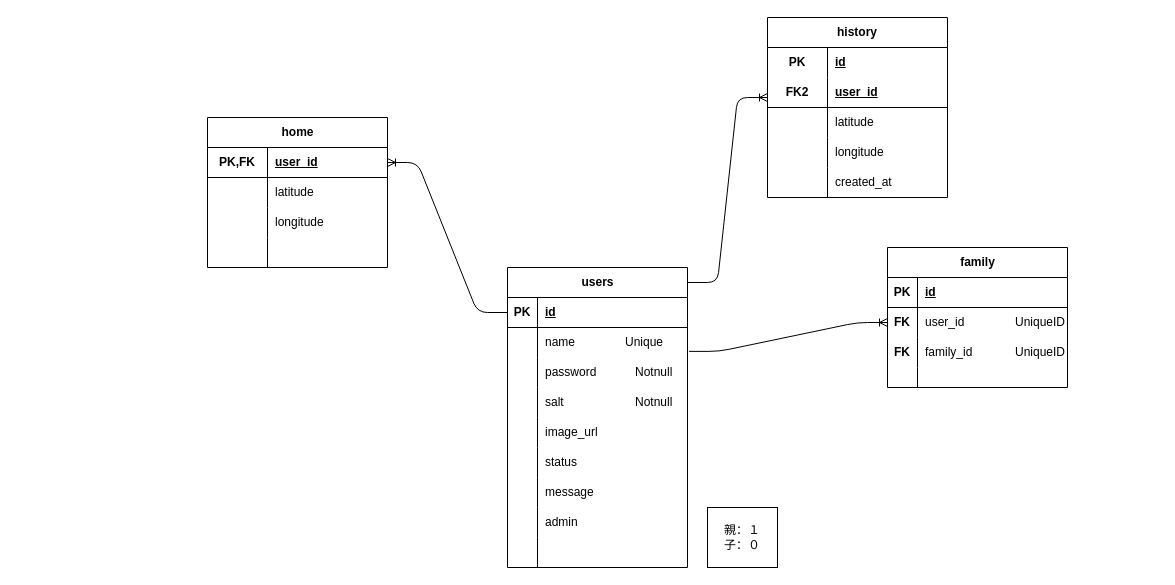
Before: ER.drawio in TeamNavvy/Navvy, a draw.io diagram. Source tidied: cells renumbered, new cells numbered last; positions are measured from the earlier drawing's top-left corner, leaving out a move shared by most shapes. Both pictures are drawn from the tidied source at 100%, with x=0, y=0 at pixel (207, 17).
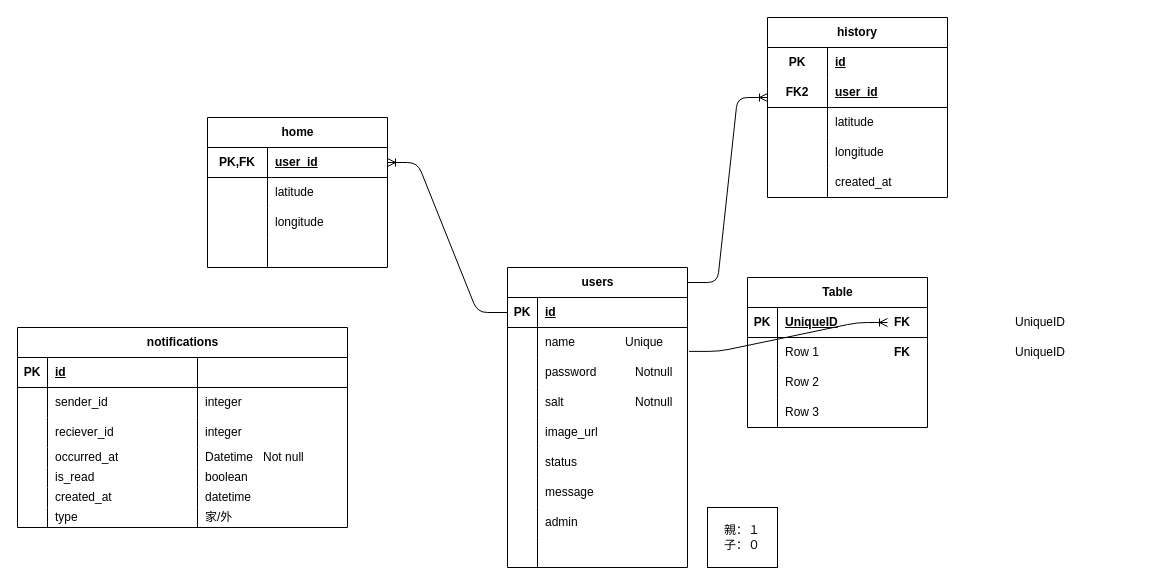
The same page after the edit.

Commit message (it also covers changes not shown here):
add: notificationsテーブルの追加

The edit, as a diff of the source:
```diff
@@
-    <mxCell id="46" value="family" style="shape=table;startSize=30;childLayout=tableLayout;rowLines=0;fontStyle=1;align=center;html=1;" parent="1" vertex="1">
-      <mxGeometry x="680" y="230" width="180" height="140" as="geometry" />
+    <mxCell id="46" value="notifications" style="shape=table;startSize=30;childLayout=tableLayout;rowLines=0;fontStyle=1;align=center;html=1;" parent="1" vertex="1">
+      <mxGeometry x="-190" y="310" width="330" height="200" as="geometry" />
     </mxCell>
     <mxCell id="47" style="shape=tableRow;horizontal=0;startSize=0;swimlaneHead=0;swimlaneBody=0;fillColor=none;top=0;left=0;right=0;bottom=1;" parent="46" vertex="1">
-      <mxGeometry y="30" width="180" height="30" as="geometry" />
+      <mxGeometry y="30" width="330" height="30" as="geometry" />
     </mxCell>
@@
+    <mxCell id="92" style="shape=partialRectangle;fillColor=none;top=0;left=0;bottom=0;right=0;align=left;spacingLeft=6;fontStyle=5;overflow=hidden;whiteSpace=wrap;html=1;" parent="47" vertex="1">
+      <mxGeometry x="180" width="150" height="30" as="geometry" />
+    </mxCell>
     <mxCell id="50" style="shape=tableRow;horizontal=0;startSize=0;swimlaneHead=0;swimlaneBody=0;fillColor=none;top=0;left=0;right=0;bottom=0;" parent="46" vertex="1">
-      <mxGeometry y="60" width="180" height="30" as="geometry" />
+      <mxGeometry y="60" width="330" height="30" as="geometry" />
     </mxCell>
@@
-    <mxCell id="52" value="user_id" style="shape=partialRectangle;fillColor=none;top=0;left=0;bottom=0;right=0;align=left;spacingLeft=6;overflow=hidden;whiteSpace=wrap;html=1;" parent="50" vertex="1">
+    <mxCell id="52" value="sender_id" style="shape=partialRectangle;fillColor=none;top=0;left=0;bottom=0;right=0;align=left;spacingLeft=6;overflow=hidden;whiteSpace=wrap;html=1;" parent="50" vertex="1">
       <mxGeometry x="30" width="150" height="30" as="geometry" />
     </mxCell>
+    <mxCell id="93" value="integer" style="shape=partialRectangle;fillColor=none;top=0;left=0;bottom=0;right=0;align=left;spacingLeft=6;overflow=hidden;whiteSpace=wrap;html=1;" parent="50" vertex="1">
+      <mxGeometry x="180" width="150" height="30" as="geometry" />
+    </mxCell>
     <mxCell id="53" style="shape=tableRow;horizontal=0;startSize=0;swimlaneHead=0;swimlaneBody=0;fillColor=none;top=0;left=0;right=0;bottom=0;" parent="46" vertex="1">
-      <mxGeometry y="90" width="180" height="30" as="geometry" />
+      <mxGeometry y="90" width="330" height="30" as="geometry" />
     </mxCell>
@@
-    <mxCell id="55" value="family_id" style="shape=partialRectangle;fillColor=none;top=0;left=0;bottom=0;right=0;align=left;spacingLeft=6;overflow=hidden;whiteSpace=wrap;html=1;" parent="53" vertex="1">
+    <mxCell id="55" value="reciever_id" style="shape=partialRectangle;fillColor=none;top=0;left=0;bottom=0;right=0;align=left;spacingLeft=6;overflow=hidden;whiteSpace=wrap;html=1;" parent="53" vertex="1">
       <mxGeometry x="30" width="150" height="30" as="geometry" />
     </mxCell>
+    <mxCell id="94" value="integer" style="shape=partialRectangle;fillColor=none;top=0;left=0;bottom=0;right=0;align=left;spacingLeft=6;overflow=hidden;whiteSpace=wrap;html=1;" parent="53" vertex="1">
+      <mxGeometry x="180" width="150" height="30" as="geometry" />
+    </mxCell>
     <mxCell id="56" style="shape=tableRow;horizontal=0;startSize=0;swimlaneHead=0;swimlaneBody=0;fillColor=none;top=0;left=0;right=0;bottom=0;" parent="46" vertex="1">
-      <mxGeometry y="120" width="180" height="20" as="geometry" />
+      <mxGeometry y="120" width="330" height="20" as="geometry" />
     </mxCell>
@@
-    <mxCell id="58" style="shape=partialRectangle;fillColor=none;top=0;left=0;bottom=0;right=0;align=left;spacingLeft=6;overflow=hidden;whiteSpace=wrap;html=1;" parent="56" vertex="1">
+    <mxCell id="58" value="occurred_at" style="shape=partialRectangle;fillColor=none;top=0;left=0;bottom=0;right=0;align=left;spacingLeft=6;overflow=hidden;whiteSpace=wrap;html=1;" parent="56" vertex="1">
       <mxGeometry x="30" width="150" height="20" as="geometry" />
     </mxCell>
+    <mxCell id="95" value="Datetime&amp;nbsp; &amp;nbsp;Not null" style="shape=partialRectangle;fillColor=none;top=0;left=0;bottom=0;right=0;align=left;spacingLeft=6;overflow=hidden;whiteSpace=wrap;html=1;" parent="56" vertex="1">
+      <mxGeometry x="180" width="150" height="20" as="geometry" />
+    </mxCell>
+    <mxCell id="96" style="shape=tableRow;horizontal=0;startSize=0;swimlaneHead=0;swimlaneBody=0;fillColor=none;top=0;left=0;right=0;bottom=0;" parent="46" vertex="1">
+      <mxGeometry y="140" width="330" height="20" as="geometry" />
+    </mxCell>
+    <mxCell id="97" style="shape=partialRectangle;fillColor=none;top=0;left=0;bottom=0;right=0;overflow=hidden;whiteSpace=wrap;html=1;" parent="96" vertex="1">
+      <mxGeometry width="30" height="20" as="geometry" />
+    </mxCell>
+    <mxCell id="98" value="is_read" style="shape=partialRectangle;fillColor=none;top=0;left=0;bottom=0;right=0;align=left;spacingLeft=6;overflow=hidden;whiteSpace=wrap;html=1;" parent="96" vertex="1">
+      <mxGeometry x="30" width="150" height="20" as="geometry" />
+    </mxCell>
+    <mxCell id="99" value="boolean" style="shape=partialRectangle;fillColor=none;top=0;left=0;bottom=0;right=0;align=left;spacingLeft=6;overflow=hidden;whiteSpace=wrap;html=1;" parent="96" vertex="1">
+      <mxGeometry x="180" width="150" height="20" as="geometry" />
+    </mxCell>
+    <mxCell id="100" style="shape=tableRow;horizontal=0;startSize=0;swimlaneHead=0;swimlaneBody=0;fillColor=none;top=0;left=0;right=0;bottom=0;" parent="46" vertex="1">
+      <mxGeometry y="160" width="330" height="20" as="geometry" />
+    </mxCell>
+    <mxCell id="101" style="shape=partialRectangle;fillColor=none;top=0;left=0;bottom=0;right=0;overflow=hidden;whiteSpace=wrap;html=1;" parent="100" vertex="1">
+      <mxGeometry width="30" height="20" as="geometry" />
+    </mxCell>
+    <mxCell id="102" value="created_at" style="shape=partialRectangle;fillColor=none;top=0;left=0;bottom=0;right=0;align=left;spacingLeft=6;overflow=hidden;whiteSpace=wrap;html=1;" parent="100" vertex="1">
+      <mxGeometry x="30" width="150" height="20" as="geometry" />
+    </mxCell>
+    <mxCell id="103" value="datetime" style="shape=partialRectangle;fillColor=none;top=0;left=0;bottom=0;right=0;align=left;spacingLeft=6;overflow=hidden;whiteSpace=wrap;html=1;" parent="100" vertex="1">
+      <mxGeometry x="180" width="150" height="20" as="geometry" />
+    </mxCell>
+    <mxCell id="104" style="shape=tableRow;horizontal=0;startSize=0;swimlaneHead=0;swimlaneBody=0;fillColor=none;top=0;left=0;right=0;bottom=0;" parent="46" vertex="1">
+      <mxGeometry y="180" width="330" height="20" as="geometry" />
+    </mxCell>
+    <mxCell id="105" style="shape=partialRectangle;fillColor=none;top=0;left=0;bottom=0;right=0;overflow=hidden;whiteSpace=wrap;html=1;" parent="104" vertex="1">
+      <mxGeometry width="30" height="20" as="geometry" />
+    </mxCell>
+    <mxCell id="106" value="type" style="shape=partialRectangle;fillColor=none;top=0;left=0;bottom=0;right=0;align=left;spacingLeft=6;overflow=hidden;whiteSpace=wrap;html=1;" parent="104" vertex="1">
+      <mxGeometry x="30" width="150" height="20" as="geometry" />
+    </mxCell>
+    <mxCell id="107" value="家/外" style="shape=partialRectangle;fillColor=none;top=0;left=0;bottom=0;right=0;align=left;spacingLeft=6;overflow=hidden;whiteSpace=wrap;html=1;" parent="104" vertex="1">
+      <mxGeometry x="180" width="150" height="20" as="geometry" />
+    </mxCell>
@@
+    <mxCell id="108" value="Table" style="shape=table;startSize=30;childLayout=tableLayout;rowLines=0;fontStyle=1;align=center;html=1;" parent="1" vertex="1">
+      <mxGeometry x="540" y="260" width="180" height="150" as="geometry" />
+    </mxCell>
+    <mxCell id="109" style="shape=tableRow;horizontal=0;startSize=0;swimlaneHead=0;swimlaneBody=0;fillColor=none;top=0;left=0;right=0;bottom=1;" parent="108" vertex="1">
+      <mxGeometry y="30" width="180" height="30" as="geometry" />
+    </mxCell>
+    <mxCell id="110" value="PK" style="shape=partialRectangle;fillColor=none;top=0;left=0;bottom=0;right=0;fontStyle=1;overflow=hidden;whiteSpace=wrap;html=1;" parent="109" vertex="1">
+      <mxGeometry width="30" height="30" as="geometry" />
+    </mxCell>
+    <mxCell id="111" value="UniqueID" style="shape=partialRectangle;fillColor=none;top=0;left=0;bottom=0;right=0;align=left;spacingLeft=6;fontStyle=5;overflow=hidden;whiteSpace=wrap;html=1;" parent="109" vertex="1">
+      <mxGeometry x="30" width="150" height="30" as="geometry" />
+    </mxCell>
+    <mxCell id="112" style="shape=tableRow;horizontal=0;startSize=0;swimlaneHead=0;swimlaneBody=0;fillColor=none;top=0;left=0;right=0;bottom=0;" parent="108" vertex="1">
+      <mxGeometry y="60" width="180" height="30" as="geometry" />
+    </mxCell>
+    <mxCell id="113" style="shape=partialRectangle;fillColor=none;top=0;left=0;bottom=0;right=0;overflow=hidden;whiteSpace=wrap;html=1;" parent="112" vertex="1">
+      <mxGeometry width="30" height="30" as="geometry" />
+    </mxCell>
+    <mxCell id="114" value="Row 1" style="shape=partialRectangle;fillColor=none;top=0;left=0;bottom=0;right=0;align=left;spacingLeft=6;overflow=hidden;whiteSpace=wrap;html=1;" parent="112" vertex="1">
+      <mxGeometry x="30" width="150" height="30" as="geometry" />
+    </mxCell>
+    <mxCell id="115" style="shape=tableRow;horizontal=0;startSize=0;swimlaneHead=0;swimlaneBody=0;fillColor=none;top=0;left=0;right=0;bottom=0;" parent="108" vertex="1">
+      <mxGeometry y="90" width="180" height="30" as="geometry" />
+    </mxCell>
+    <mxCell id="116" style="shape=partialRectangle;fillColor=none;top=0;left=0;bottom=0;right=0;overflow=hidden;whiteSpace=wrap;html=1;" parent="115" vertex="1">
+      <mxGeometry width="30" height="30" as="geometry" />
+    </mxCell>
+    <mxCell id="117" value="Row 2" style="shape=partialRectangle;fillColor=none;top=0;left=0;bottom=0;right=0;align=left;spacingLeft=6;overflow=hidden;whiteSpace=wrap;html=1;" parent="115" vertex="1">
+      <mxGeometry x="30" width="150" height="30" as="geometry" />
+    </mxCell>
+    <mxCell id="118" style="shape=tableRow;horizontal=0;startSize=0;swimlaneHead=0;swimlaneBody=0;fillColor=none;top=0;left=0;right=0;bottom=0;" parent="108" vertex="1">
+      <mxGeometry y="120" width="180" height="30" as="geometry" />
+    </mxCell>
+    <mxCell id="119" style="shape=partialRectangle;fillColor=none;top=0;left=0;bottom=0;right=0;overflow=hidden;whiteSpace=wrap;html=1;" parent="118" vertex="1">
+      <mxGeometry width="30" height="30" as="geometry" />
+    </mxCell>
+    <mxCell id="120" value="Row 3" style="shape=partialRectangle;fillColor=none;top=0;left=0;bottom=0;right=0;align=left;spacingLeft=6;overflow=hidden;whiteSpace=wrap;html=1;" parent="118" vertex="1">
+      <mxGeometry x="30" width="150" height="30" as="geometry" />
+    </mxCell>
```
